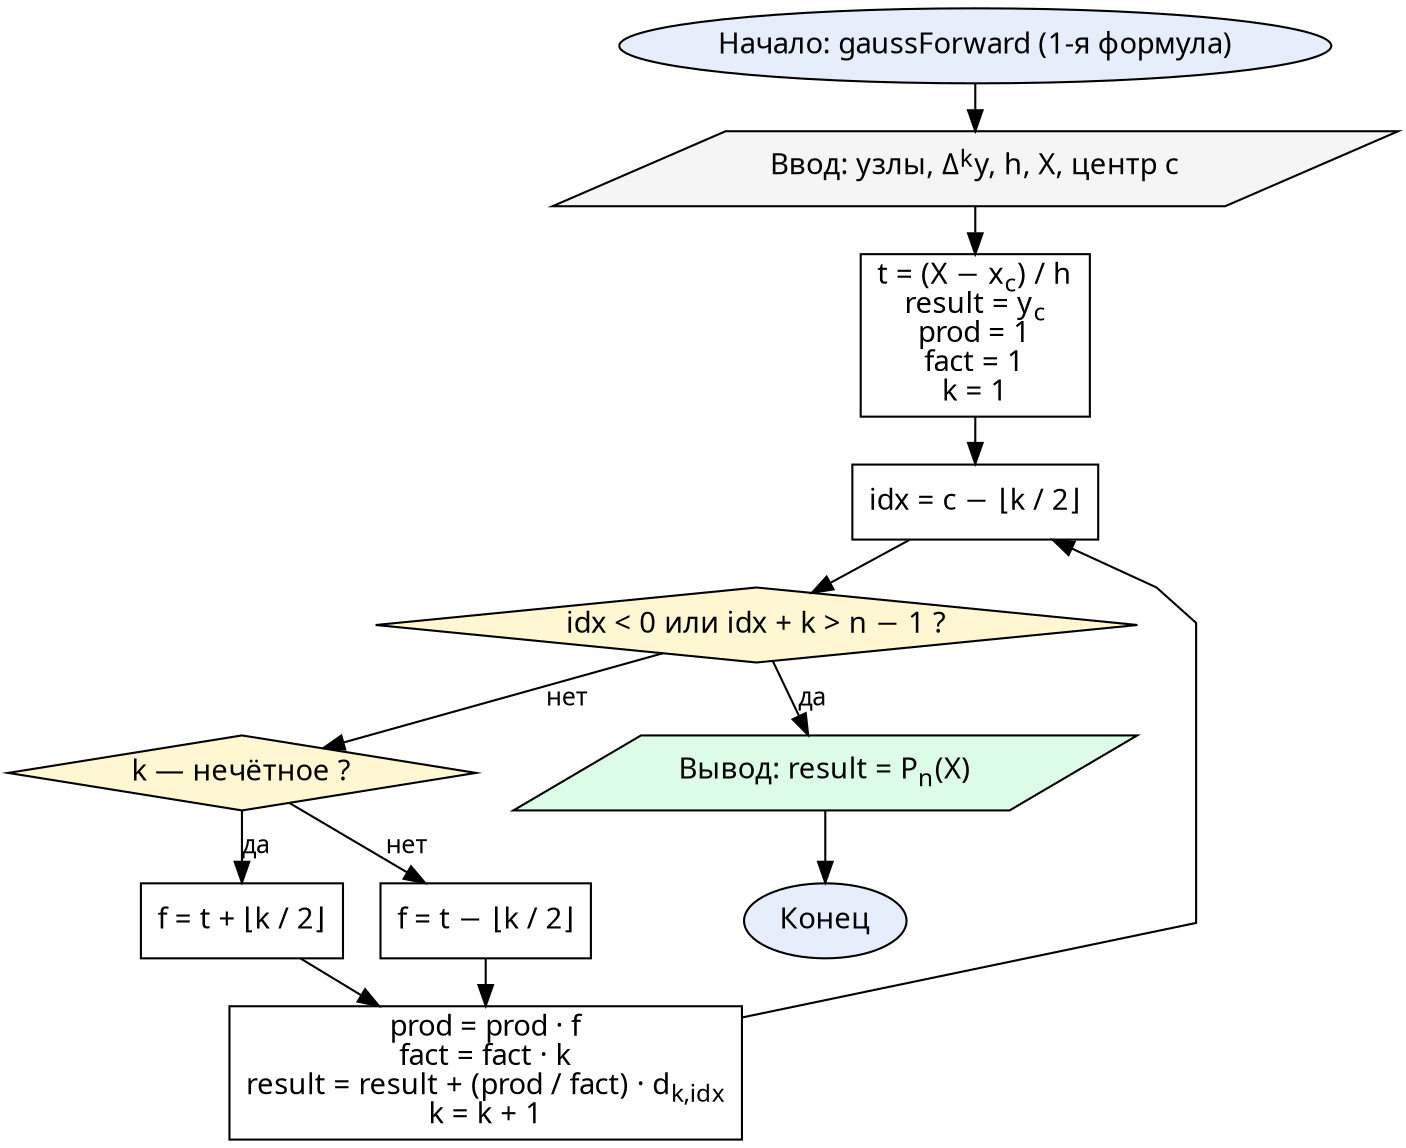
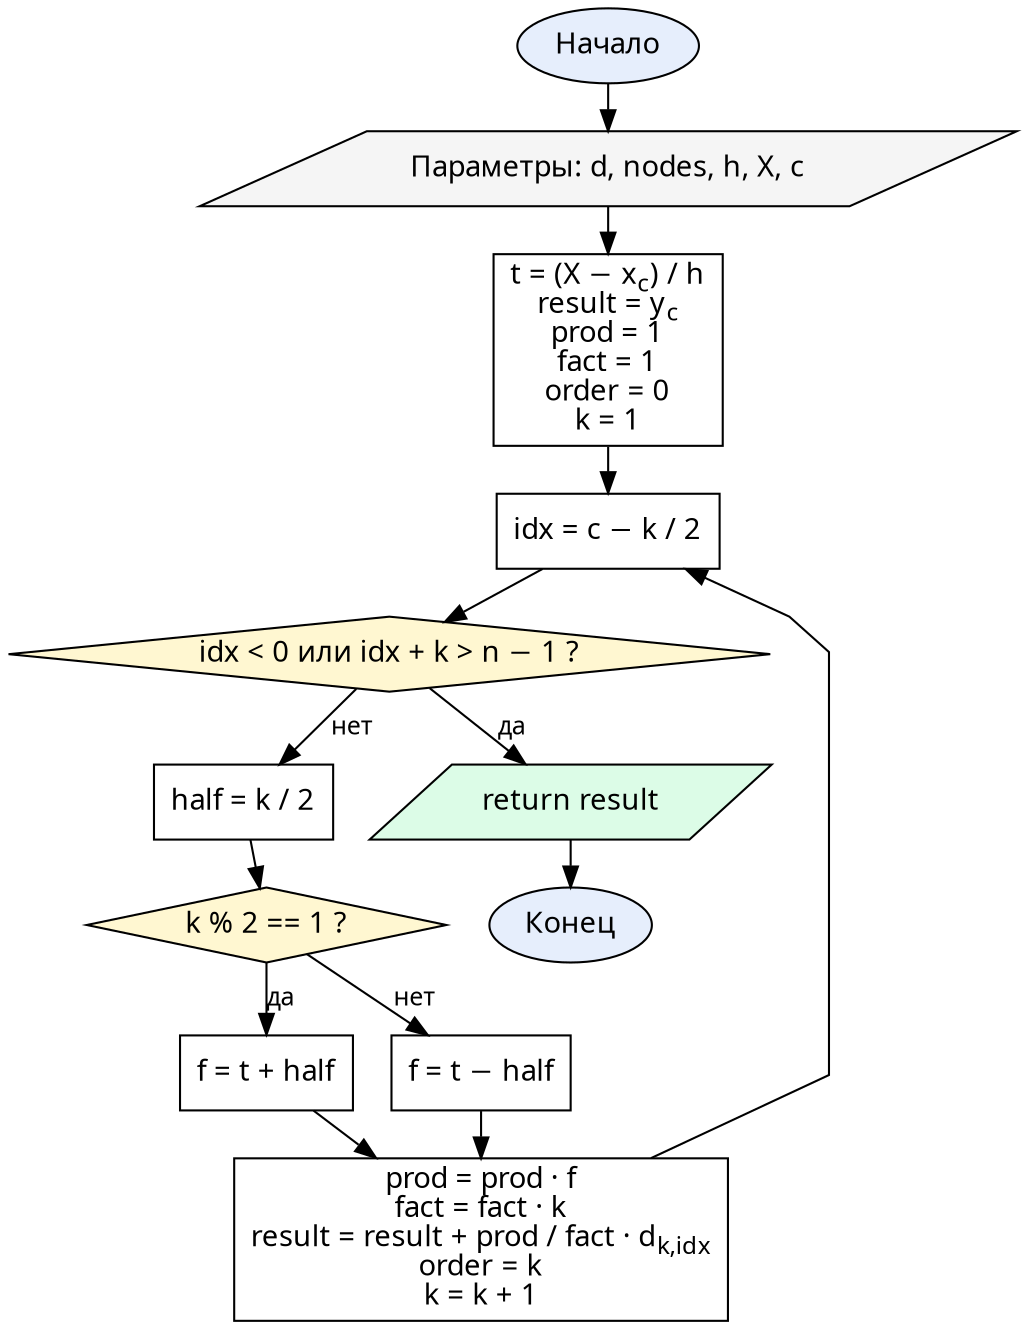
digraph Lab5Gauss1 {
  graph [fontname="CMU Serif", rankdir=TB, nodesep=0.25, ranksep=0.3, splines=polyline]
  node  [fontname="CMU Serif", fontsize=14, style="filled", fillcolor="#ffffff", color="#000000"]
  edge  [fontname="CMU Serif", fontsize=12, color="#000000"]

-   start  [label="Начало: gaussForward (1-я формула)", shape=oval, fillcolor="#e6eefc"]
-   input  [label=<Ввод: узлы, Δ<SUP>k</SUP>y, h, X, центр c>, shape=parallelogram, fillcolor="#f5f5f5"]
-   init   [label=<t = (X − x<SUB>c</SUB>) / h<BR/>result = y<SUB>c</SUB><BR/>prod = 1<BR/>fact = 1<BR/>k = 1>, shape=box]
-   idx    [label=<idx = c − ⌊k / 2⌋>, shape=box]
+   start  [label="Начало", shape=oval, fillcolor="#e6eefc"]
+   input  [label=<Параметры: d, nodes, h, X, c>, shape=parallelogram, fillcolor="#f5f5f5"]
+   init   [label=<t = (X − x<SUB>c</SUB>) / h<BR/>result = y<SUB>c</SUB><BR/>prod = 1<BR/>fact = 1<BR/>order = 0<BR/>k = 1>, shape=box]
+   idx    [label=<idx = c − k / 2>, shape=box]
  chka   [label=<idx &lt; 0 или idx + k &gt; n − 1 ?>, shape=diamond, fillcolor="#fff7d1"]
-   par    [label=<k — нечётное ?>, shape=diamond, fillcolor="#fff7d1"]
-   fodd   [label=<f = t + ⌊k / 2⌋>, shape=box]
-   feven  [label=<f = t − ⌊k / 2⌋>, shape=box]
-   acc    [label=<prod = prod · f<BR/>fact = fact · k<BR/>result = result + (prod / fact) · d<SUB>k,idx</SUB><BR/>k = k + 1>, shape=box]
-   output [label=<Вывод: result = P<SUB>n</SUB>(X)>, shape=parallelogram, fillcolor="#dcfce7"]
+   half   [label=<half = k / 2>, shape=box]
+   par    [label=<k % 2 == 1 ?>, shape=diamond, fillcolor="#fff7d1"]
+   fodd   [label=<f = t + half>, shape=box]
+   feven  [label=<f = t − half>, shape=box]
+   acc    [label=<prod = prod · f<BR/>fact = fact · k<BR/>result = result + prod / fact · d<SUB>k,idx</SUB><BR/>order = k<BR/>k = k + 1>, shape=box]
+   output [label=<return result>, shape=parallelogram, fillcolor="#dcfce7"]
  stop   [label="Конец", shape=oval, fillcolor="#e6eefc"]

  start -> input -> init -> idx
  idx -> chka
  chka -> output [label="да"]
-   chka -> par [label="нет"]
+   chka -> half [label="нет"]
+   half -> par
  par -> fodd [label="да"]
  par -> feven [label="нет"]
  fodd -> acc
  feven -> acc
  acc -> idx
  output -> stop
}
